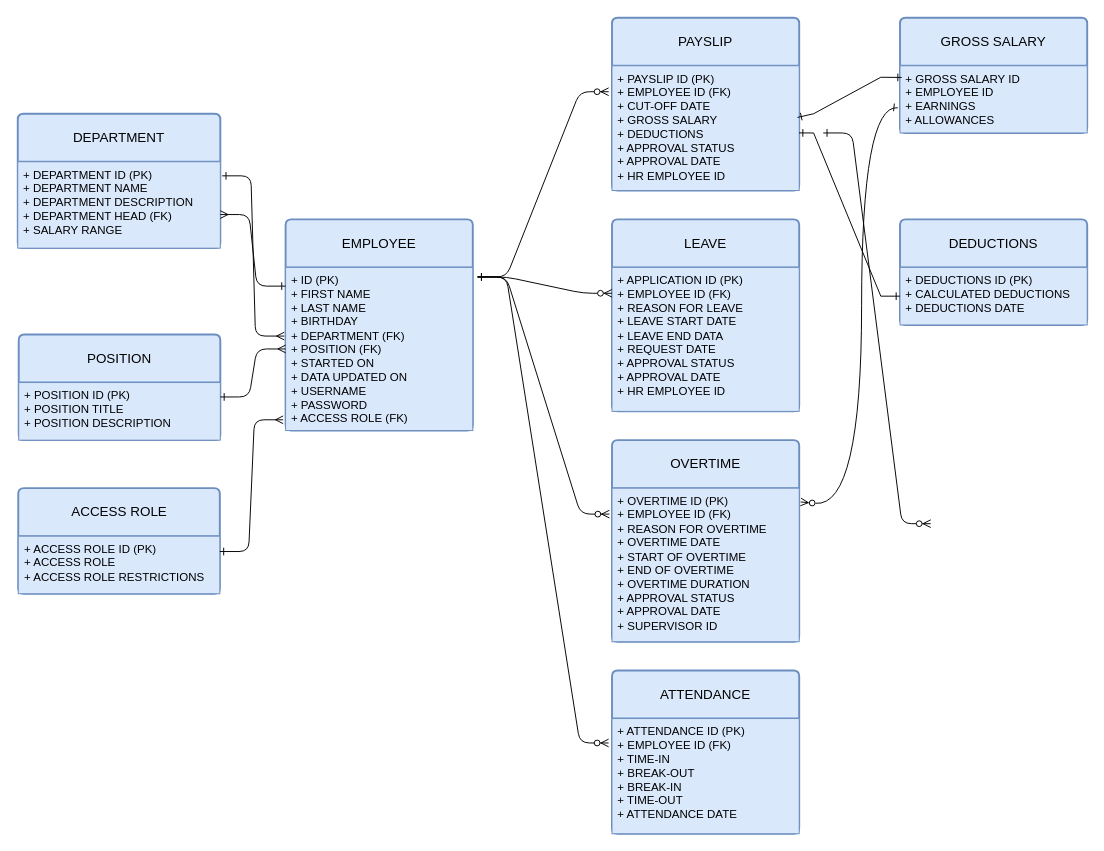
zephyrstorm123/MO-IT107-Worksheet3-ERD keeps this draw.io diagram as MO-IT107-ERD.drawio. Above is the earlier version. Source tidied: cells renumbered, new cells numbered last; positions are measured from the earlier drawing's top-left corner, leaving out a move shared by most shapes. Both pictures are drawn from the tidied source at 96%, with x=0, y=0 at pixel (-16, 17).
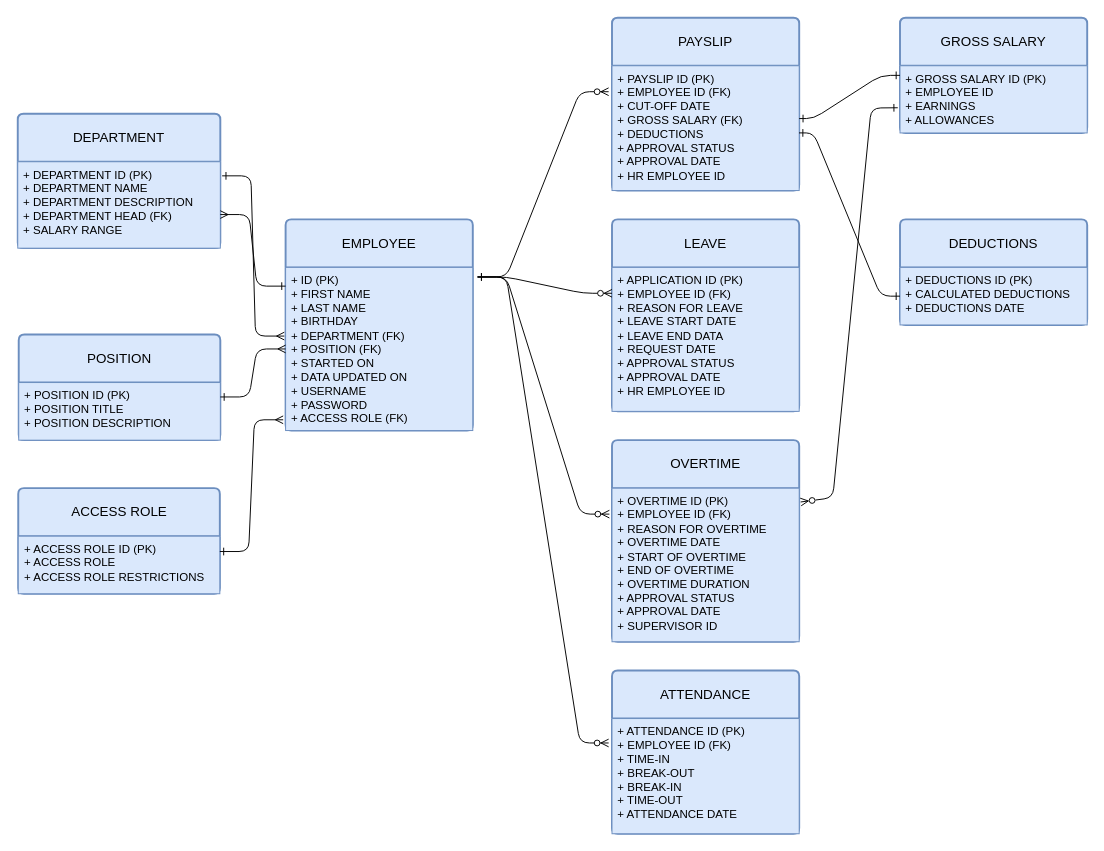
The same diagram, later.

The change refers to these unchanged cells:
```xml
<mxCell id="6" value="PAYSLIP" style="swimlane;horizontal=1;startSize=50;rounded=1;fontSize=14;fontStyle=0;strokeWidth=2;shadow=0;dashed=0;align=center;arcSize=4;whiteSpace=wrap;html=1;fillColor=#dae8fc;strokeColor=#6c8ebf;" parent="1" vertex="1">
  <mxGeometry x="654" width="195" height="180" as="geometry" />
</mxCell>
<mxCell id="10" value="+ OVERTIME ID (PK)&lt;br style=&quot;border-color: var(--border-color);&quot;&gt;+ EMPLOYEE ID (FK)&lt;br style=&quot;border-color: var(--border-color);&quot;&gt;+ REASON FOR OVERTIME&lt;br style=&quot;border-color: var(--border-color);&quot;&gt;+ OVERTIME DATE&lt;br&gt;+ START OF OVERTIME&lt;br&gt;+ END OF OVERTIME&lt;br style=&quot;border-color: var(--border-color);&quot;&gt;+ OVERTIME DURATION&lt;br style=&quot;border-color: var(--border-color);&quot;&gt;+ APPROVAL STATUS&lt;br&gt;+ APPROVAL DATE&lt;br style=&quot;border-color: var(--border-color);&quot;&gt;+ SUPERVISOR ID" style="align=left;strokeColor=#6c8ebf;fillColor=#dae8fc;spacingLeft=4;fontSize=12;verticalAlign=top;html=1;" parent="9" vertex="1">
  <mxGeometry y="50" width="195" height="160" as="geometry" />
</mxCell>
<mxCell id="25" value="+ DEDUCTIONS ID (PK)&lt;br&gt;+ CALCULATED DEDUCTIONS&lt;br&gt;+ DEDUCTIONS DATE" style="align=left;strokeColor=#6c8ebf;fillColor=#dae8fc;spacingLeft=4;fontSize=12;verticalAlign=top;html=1;" parent="24" vertex="1">
  <mxGeometry y="50" width="195" height="60" as="geometry" />
</mxCell>
<mxCell id="30" value="GROSS SALARY" style="swimlane;horizontal=1;startSize=50;rounded=1;fontSize=14;fontStyle=0;strokeWidth=2;shadow=0;dashed=0;align=center;arcSize=4;whiteSpace=wrap;html=1;fillColor=#dae8fc;strokeColor=#6c8ebf;" parent="1" vertex="1">
  <mxGeometry x="954" width="195" height="120" as="geometry" />
</mxCell>
```

What changed in the source:
```diff
@@
-    <mxCell id="7" value="+ PAYSLIP ID (PK)&lt;br&gt;+ EMPLOYEE ID (FK)&lt;br&gt;+ CUT-OFF DATE&lt;br&gt;+ GROSS SALARY&lt;br&gt;+ DEDUCTIONS&lt;br&gt;+ APPROVAL STATUS&lt;br&gt;+ APPROVAL DATE&lt;br&gt;+ HR EMPLOYEE ID" style="align=left;strokeColor=#6c8ebf;fillColor=#dae8fc;spacingLeft=4;fontSize=12;verticalAlign=top;html=1;" parent="6" vertex="1">
+    <mxCell id="7" value="+ PAYSLIP ID (PK)&lt;br&gt;+ EMPLOYEE ID (FK)&lt;br&gt;+ CUT-OFF DATE&lt;br&gt;+ GROSS SALARY (FK)&lt;br&gt;+ DEDUCTIONS&lt;br&gt;+ APPROVAL STATUS&lt;br&gt;+ APPROVAL DATE&lt;br&gt;+ HR EMPLOYEE ID" style="align=left;strokeColor=#6c8ebf;fillColor=#dae8fc;spacingLeft=4;fontSize=12;verticalAlign=top;html=1;" parent="6" vertex="1">
       <mxGeometry y="50" width="195" height="130" as="geometry" />
     </mxCell>
@@
-    <mxCell id="26" style="endArrow=ERone;html=1;rounded=0;entryX=0;entryY=0.5;entryDx=0;entryDy=0;exitX=0.999;exitY=0.538;exitDx=0;exitDy=0;exitPerimeter=0;startArrow=ERone;startFill=0;endFill=0;" parent="1" edge="1" source="7" target="25">
+    <mxCell id="26" style="endArrow=ERone;html=1;rounded=1;entryX=0;entryY=0.5;entryDx=0;entryDy=0;exitX=0.999;exitY=0.538;exitDx=0;exitDy=0;exitPerimeter=0;startArrow=ERone;startFill=0;endFill=0;curved=0;" parent="1" edge="1" source="7" target="25">
       <mxGeometry relative="1" as="geometry">
         <Array as="points">
           <mxPoint x="864" y="120" />
           <mxPoint x="934" y="290" />
         </Array>
       </mxGeometry>
     </mxCell>
@@
-    <mxCell id="31" value="+ GROSS SALARY ID&lt;br&gt;+ EMPLOYEE ID&lt;br&gt;+ EARNINGS&lt;br&gt;+ ALLOWANCES" style="align=left;strokeColor=#6c8ebf;fillColor=#dae8fc;spacingLeft=4;fontSize=12;verticalAlign=top;html=1;" parent="30" vertex="1">
+    <mxCell id="31" value="+ GROSS SALARY ID (PK)&lt;br&gt;+ EMPLOYEE ID&lt;br&gt;+ EARNINGS&lt;br&gt;+ ALLOWANCES" style="align=left;strokeColor=#6c8ebf;fillColor=#dae8fc;spacingLeft=4;fontSize=12;verticalAlign=top;html=1;" parent="30" vertex="1">
       <mxGeometry y="50" width="195" height="70" as="geometry" />
     </mxCell>
-    <mxCell id="32" style="curved=1;endArrow=ERone;html=1;rounded=0;entryX=-0.012;entryY=0.625;entryDx=0;entryDy=0;exitX=1.008;exitY=0.09;exitDx=0;exitDy=0;exitPerimeter=0;startArrow=ERzeroToMany;startFill=0;endFill=0;entryPerimeter=0;" parent="1" edge="1" source="10" target="31">
+    <mxCell id="32" style="curved=0;endArrow=ERone;html=1;rounded=1;entryX=-0.012;entryY=0.625;entryDx=0;entryDy=0;exitX=1.008;exitY=0.09;exitDx=0;exitDy=0;exitPerimeter=0;startArrow=ERzeroToMany;startFill=0;endFill=0;entryPerimeter=0;" parent="1" edge="1" source="10" target="31">
       <mxGeometry relative="1" as="geometry">
         <Array as="points">
-          <mxPoint x="914" y="510" />
-          <mxPoint x="914" y="90" />
+          <mxPoint x="884" y="500" />
+          <mxPoint x="924" y="94" />
         </Array>
       </mxGeometry>
     </mxCell>
-    <mxCell id="33" style="edgeStyle=entityRelationEdgeStyle;endArrow=ERzeroToMany;startArrow=ERone;endFill=1;startFill=0;entryX=-0.014;entryY=0.169;entryDx=0;entryDy=0;entryPerimeter=0;shadow=0;" parent="1" edge="1">
-      <mxGeometry relative="1" as="geometry">
-        <mxPoint x="874" y="120" as="sourcePoint" />
-        <mxPoint x="986" y="527" as="targetPoint" />
-        <Array as="points">
-          <mxPoint x="774" y="230" />
-          <mxPoint x="784" y="350" />
-          <mxPoint x="625" y="160" />
-          <mxPoint x="765" y="210" />
-          <mxPoint x="775" y="200" />
-          <mxPoint x="605" y="180" />
-          <mxPoint x="605" y="170" />
-        </Array>
-      </mxGeometry>
-    </mxCell>
-    <mxCell id="34" style="endArrow=ERone;html=1;rounded=0;exitX=0.991;exitY=0.414;exitDx=0;exitDy=0;exitPerimeter=0;startArrow=ERone;startFill=0;endFill=0;entryX=0.009;entryY=0.174;entryDx=0;entryDy=0;entryPerimeter=0;" parent="1" edge="1" source="7" target="31">
-      <mxGeometry relative="1" as="geometry">
-        <Array as="points">
-          <mxPoint x="864" y="100" />
-          <mxPoint x="934" y="62" />
-        </Array>
-      </mxGeometry>
-    </mxCell>
+    <mxCell id="35" style="endArrow=ERone;html=1;rounded=1;entryX=0;entryY=0.5;entryDx=0;entryDy=0;exitX=1;exitY=0.423;exitDx=0;exitDy=0;exitPerimeter=0;startArrow=ERone;startFill=0;endFill=0;curved=0;" parent="1" edge="1" source="7" target="30">
+      <mxGeometry relative="1" as="geometry">
+        <Array as="points">
+          <mxPoint x="864" y="105" />
+          <mxPoint x="934" y="60" />
+        </Array>
+      </mxGeometry>
+    </mxCell>
```
